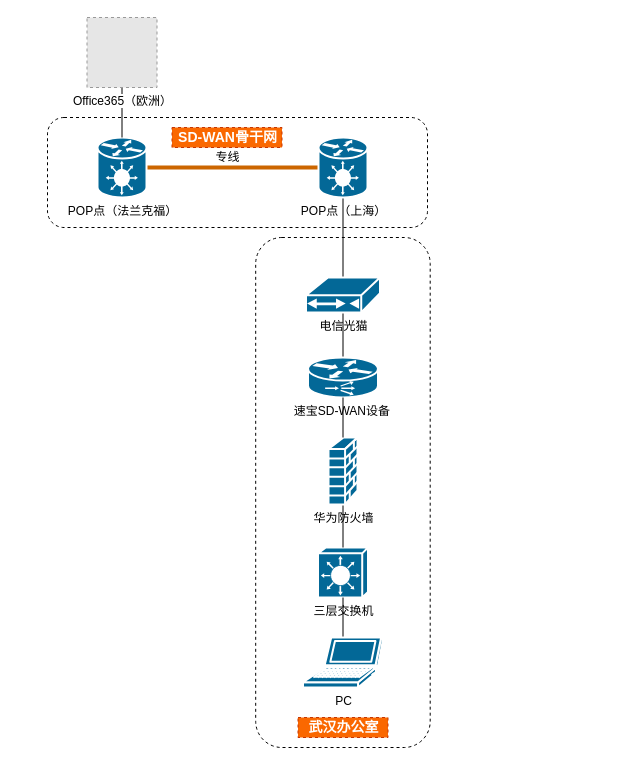
Before: client1_manpower.drawio in sinoco101/2020-cat, a draw.io diagram. Source tidied: cells renumbered, new cells numbered last; positions are measured from the earlier drawing's top-left corner, leaving out a move shared by most shapes. Both pictures are drawn from the tidied source at 100%, with x=0, y=0 at pixel (47, 17). Pictures stored in the file or linked from it are replaced by grey dashed boxes.
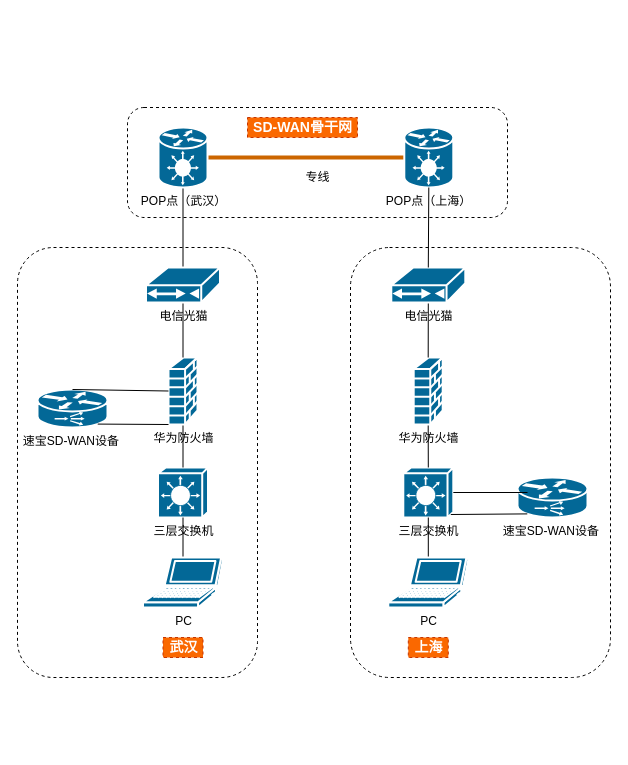
After the change.

Diff of the diagram source:
```diff
@@
     <mxCell id="2" style="rounded=1;whiteSpace=wrap;html=1;dashed=1;" parent="1" vertex="1">
-      <mxGeometry y="100" width="380" height="110" as="geometry" />
+      <mxGeometry x="80" y="90" width="380" height="110" as="geometry" />
     </mxCell>
     <mxCell id="3" style="rounded=1;whiteSpace=wrap;html=1;dashed=1;" parent="1" vertex="1">
-      <mxGeometry x="208.2" y="220" width="174.5" height="510" as="geometry" />
+      <mxGeometry x="-30" y="230" width="240" height="430" as="geometry" />
     </mxCell>
     <mxCell id="4" value="三层交换机" style="shape=mxgraph.cisco.switches.layer_3_switch;html=1;dashed=0;fillColor=#036897;strokeColor=#ffffff;strokeWidth=2;verticalLabelPosition=bottom;verticalAlign=top;align=center;outlineConnect=0;" parent="1" vertex="1">
-      <mxGeometry x="270.5" y="530" width="50" height="50" as="geometry" />
+      <mxGeometry x="110.5" y="450" width="50" height="50" as="geometry" />
     </mxCell>
@@
     <mxCell id="6" value="华为防火墙" style="shape=mxgraph.cisco.security.firewall;html=1;dashed=0;fillColor=#036897;strokeColor=#ffffff;strokeWidth=2;verticalLabelPosition=bottom;verticalAlign=top;align=center;outlineConnect=0;" parent="1" vertex="1">
-      <mxGeometry x="281" y="420" width="29" height="67" as="geometry" />
+      <mxGeometry x="121" y="340" width="29" height="67" as="geometry" />
     </mxCell>
-    <mxCell id="7" style="edgeStyle=none;rounded=1;jettySize=auto;html=1;exitX=0.5;exitY=0;exitDx=0;exitDy=0;exitPerimeter=0;entryX=0.5;entryY=1;entryDx=0;entryDy=0;entryPerimeter=0;startArrow=none;startFill=0;endArrow=none;endFill=0;" parent="1" edge="1" source="8" target="11">
+    <mxCell id="7" style="edgeStyle=none;rounded=1;jettySize=auto;html=1;exitX=0.5;exitY=0;exitDx=0;exitDy=0;exitPerimeter=0;entryX=0.5;entryY=1;entryDx=0;entryDy=0;entryPerimeter=0;startArrow=none;startFill=0;endArrow=none;endFill=0;" parent="1" edge="1" source="6" target="11">
       <mxGeometry relative="1" as="geometry" />
     </mxCell>
     <mxCell id="8" value="速宝SD-WAN设备&amp;nbsp;" style="shape=mxgraph.cisco.routers.content_service_router;html=1;dashed=0;fillColor=#036897;strokeColor=#ffffff;strokeWidth=2;verticalLabelPosition=bottom;verticalAlign=top;align=center;outlineConnect=0;" parent="1" vertex="1">
-      <mxGeometry x="260.5" y="340" width="70" height="40" as="geometry" />
+      <mxGeometry x="-10" y="372" width="70" height="38" as="geometry" />
     </mxCell>
-    <mxCell id="9" style="rounded=1;jettySize=auto;html=1;exitX=0.5;exitY=0;exitDx=0;exitDy=0;exitPerimeter=0;endArrow=none;endFill=0;startArrow=none;startFill=0;" parent="1" edge="1" source="6" target="8">
+    <mxCell id="9" style="rounded=1;jettySize=auto;html=1;exitX=0;exitY=0.5;exitDx=0;exitDy=0;exitPerimeter=0;endArrow=none;endFill=0;startArrow=none;startFill=0;entryX=0.5;entryY=0;entryDx=0;entryDy=0;entryPerimeter=0;" parent="1" edge="1" source="6" target="8">
       <mxGeometry relative="1" as="geometry" />
     </mxCell>
@@
     <mxCell id="11" value="电信光猫" style="shape=mxgraph.cisco.modems_and_phones.cable_modem;html=1;dashed=0;fillColor=#036897;strokeColor=#ffffff;strokeWidth=2;verticalLabelPosition=bottom;verticalAlign=top;align=center;outlineConnect=0;" parent="1" vertex="1">
-      <mxGeometry x="258.5" y="260" width="74" height="35" as="geometry" />
+      <mxGeometry x="98.5" y="250" width="74" height="35" as="geometry" />
     </mxCell>
@@
     <mxCell id="13" value="PC" style="shape=mxgraph.cisco.computers_and_peripherals.laptop;html=1;dashed=0;fillColor=#036897;strokeColor=#ffffff;strokeWidth=2;verticalLabelPosition=bottom;verticalAlign=top;align=center;outlineConnect=0;" parent="1" vertex="1">
-      <mxGeometry x="255.5" y="620" width="80" height="50" as="geometry" />
+      <mxGeometry x="95.5" y="540" width="80" height="50" as="geometry" />
     </mxCell>
-    <mxCell id="14" style="edgeStyle=none;jettySize=auto;html=1;entryX=1;entryY=0.5;entryDx=0;entryDy=0;entryPerimeter=0;startArrow=none;startFill=0;endArrow=none;endFill=0;rounded=1;strokeColor=#CC6600;strokeWidth=4;" parent="1" edge="1" source="15" target="17">
+    <mxCell id="14" style="edgeStyle=none;jettySize=auto;html=1;entryX=0;entryY=0.5;entryDx=0;entryDy=0;entryPerimeter=0;startArrow=none;startFill=0;endArrow=none;endFill=0;rounded=1;strokeColor=#CC6600;strokeWidth=4;" parent="1" edge="1" source="15" target="17">
       <mxGeometry relative="1" as="geometry" />
     </mxCell>
-    <mxCell id="15" value="POP点（上海）" style="shape=mxgraph.cisco.hubs_and_gateways.generic_gateway;html=1;dashed=0;fillColor=#036897;strokeColor=#ffffff;strokeWidth=2;verticalLabelPosition=bottom;verticalAlign=top;align=center;outlineConnect=0;" parent="1" vertex="1">
-      <mxGeometry x="271" y="120" width="49" height="60" as="geometry" />
+    <mxCell id="15" value="POP点（武汉）" style="shape=mxgraph.cisco.hubs_and_gateways.generic_gateway;html=1;dashed=0;fillColor=#036897;strokeColor=#ffffff;strokeWidth=2;verticalLabelPosition=bottom;verticalAlign=top;align=center;outlineConnect=0;" parent="1" vertex="1">
+      <mxGeometry x="111" y="110" width="49" height="60" as="geometry" />
     </mxCell>
@@
-    <mxCell id="17" value="POP点（法兰克福）" style="shape=mxgraph.cisco.hubs_and_gateways.generic_gateway;html=1;dashed=0;fillColor=#036897;strokeColor=#ffffff;strokeWidth=2;verticalLabelPosition=bottom;verticalAlign=top;align=center;outlineConnect=0;" parent="1" vertex="1">
-      <mxGeometry x="50" y="120" width="49" height="60" as="geometry" />
+    <mxCell id="17" value="POP点（上海）" style="shape=mxgraph.cisco.hubs_and_gateways.generic_gateway;html=1;dashed=0;fillColor=#036897;strokeColor=#ffffff;strokeWidth=2;verticalLabelPosition=bottom;verticalAlign=top;align=center;outlineConnect=0;" parent="1" vertex="1">
+      <mxGeometry x="356.8" y="110" width="49" height="60" as="geometry" />
     </mxCell>
     <mxCell id="18" value="专线" style="text;html=1;align=center;verticalAlign=middle;" parent="1" vertex="1">
-      <mxGeometry x="160" y="130" width="40" height="20" as="geometry" />
+      <mxGeometry x="250" y="150" width="40" height="20" as="geometry" />
     </mxCell>
-    <mxCell id="19" value="&lt;span style=&quot;font-size: 14px&quot;&gt;武汉办公室&lt;/span&gt;" style="text;html=1;align=center;verticalAlign=middle;fillColor=#fa6800;strokeColor=#C73500;rounded=0;dashed=1;fontColor=#ffffff;fontStyle=1;" parent="1" vertex="1">
-      <mxGeometry x="250.5" y="700" width="90" height="20" as="geometry" />
+    <mxCell id="19" value="&lt;span style=&quot;font-size: 14px&quot;&gt;武汉&lt;/span&gt;" style="text;html=1;align=center;verticalAlign=middle;fillColor=#fa6800;strokeColor=#C73500;rounded=0;dashed=1;fontColor=#ffffff;fontStyle=1;" parent="1" vertex="1">
+      <mxGeometry x="115.5" y="620" width="40" height="20" as="geometry" />
     </mxCell>
-    <mxCell id="20" style="edgeStyle=none;rounded=1;jettySize=auto;html=1;exitX=0.5;exitY=1;exitDx=0;exitDy=0;entryX=0.5;entryY=0;entryDx=0;entryDy=0;entryPerimeter=0;startArrow=none;startFill=0;endArrow=none;endFill=0;strokeColor=#000000;strokeWidth=1;" parent="1" edge="1" source="21" target="17">
-      <mxGeometry relative="1" as="geometry" />
-    </mxCell>
-    <mxCell id="21" value="Office365（欧洲）" style="fillColor=#E6E6E6;strokeColor=#999999;dashed=1;html=1;verticalAlign=top;verticalLabelPosition=bottom;labelBackgroundColor=#ffffff;" parent="1" vertex="1">
-      <mxGeometry x="39.5" width="70" height="70" as="geometry" />
-    </mxCell>
     <mxCell id="22" value="&lt;font style=&quot;font-size: 14px&quot;&gt;SD-WAN骨干网&lt;/font&gt;" style="text;html=1;align=center;verticalAlign=middle;fillColor=#fa6800;strokeColor=#C73500;rounded=0;dashed=1;fontColor=#ffffff;fontStyle=1;" parent="1" vertex="1">
-      <mxGeometry x="124.5" y="110" width="110" height="20" as="geometry" />
+      <mxGeometry x="200" y="100" width="110" height="20" as="geometry" />
     </mxCell>
+    <mxCell id="23" style="rounded=1;jettySize=auto;html=1;exitX=0;exitY=1;exitDx=0;exitDy=0;exitPerimeter=0;endArrow=none;endFill=0;startArrow=none;startFill=0;entryX=0.86;entryY=0.91;entryDx=0;entryDy=0;entryPerimeter=0;" parent="1" edge="1" source="6" target="8">
+      <mxGeometry relative="1" as="geometry" />
+    </mxCell>
+    <mxCell id="24" style="rounded=1;whiteSpace=wrap;html=1;dashed=1;" parent="1" vertex="1">
+      <mxGeometry x="303" y="230" width="260" height="430" as="geometry" />
+    </mxCell>
+    <mxCell id="25" value="三层交换机" style="shape=mxgraph.cisco.switches.layer_3_switch;html=1;dashed=0;fillColor=#036897;strokeColor=#ffffff;strokeWidth=2;verticalLabelPosition=bottom;verticalAlign=top;align=center;outlineConnect=0;" parent="1" vertex="1">
+      <mxGeometry x="355.8" y="450" width="50" height="50" as="geometry" />
+    </mxCell>
+    <mxCell id="26" style="rounded=1;jettySize=auto;html=1;exitX=0.5;exitY=1;exitDx=0;exitDy=0;exitPerimeter=0;entryX=0.5;entryY=0;entryDx=0;entryDy=0;entryPerimeter=0;endArrow=none;endFill=0;startArrow=none;startFill=0;" parent="1" edge="1" source="27" target="25">
+      <mxGeometry relative="1" as="geometry" />
+    </mxCell>
+    <mxCell id="27" value="华为防火墙" style="shape=mxgraph.cisco.security.firewall;html=1;dashed=0;fillColor=#036897;strokeColor=#ffffff;strokeWidth=2;verticalLabelPosition=bottom;verticalAlign=top;align=center;outlineConnect=0;" parent="1" vertex="1">
+      <mxGeometry x="366.2" y="340" width="29" height="67" as="geometry" />
+    </mxCell>
+    <mxCell id="28" style="edgeStyle=none;rounded=1;jettySize=auto;html=1;exitX=0.5;exitY=0;exitDx=0;exitDy=0;exitPerimeter=0;entryX=0.5;entryY=1;entryDx=0;entryDy=0;entryPerimeter=0;startArrow=none;startFill=0;endArrow=none;endFill=0;" parent="1" edge="1" source="27" target="31">
+      <mxGeometry relative="1" as="geometry" />
+    </mxCell>
+    <mxCell id="29" value="速宝SD-WAN设备&amp;nbsp;" style="shape=mxgraph.cisco.routers.content_service_router;html=1;dashed=0;fillColor=#036897;strokeColor=#ffffff;strokeWidth=2;verticalLabelPosition=bottom;verticalAlign=top;align=center;outlineConnect=0;" parent="1" vertex="1">
+      <mxGeometry x="470" y="460" width="70" height="40" as="geometry" />
+    </mxCell>
+    <mxCell id="30" style="rounded=1;jettySize=auto;html=1;endArrow=none;endFill=0;startArrow=none;startFill=0;exitX=1;exitY=0.5;exitDx=0;exitDy=0;exitPerimeter=0;" parent="1" edge="1" source="25">
+      <mxGeometry relative="1" as="geometry">
+        <mxPoint x="480" y="475" as="targetPoint" />
+      </mxGeometry>
+    </mxCell>
+    <mxCell id="31" value="电信光猫" style="shape=mxgraph.cisco.modems_and_phones.cable_modem;html=1;dashed=0;fillColor=#036897;strokeColor=#ffffff;strokeWidth=2;verticalLabelPosition=bottom;verticalAlign=top;align=center;outlineConnect=0;" parent="1" vertex="1">
+      <mxGeometry x="343.8" y="250" width="74" height="35" as="geometry" />
+    </mxCell>
+    <mxCell id="32" style="edgeStyle=none;rounded=1;jettySize=auto;html=1;entryX=0.5;entryY=1;entryDx=0;entryDy=0;entryPerimeter=0;startArrow=none;startFill=0;endArrow=none;endFill=0;" parent="1" edge="1" source="33" target="25">
+      <mxGeometry relative="1" as="geometry" />
+    </mxCell>
+    <mxCell id="33" value="PC" style="shape=mxgraph.cisco.computers_and_peripherals.laptop;html=1;dashed=0;fillColor=#036897;strokeColor=#ffffff;strokeWidth=2;verticalLabelPosition=bottom;verticalAlign=top;align=center;outlineConnect=0;" parent="1" vertex="1">
+      <mxGeometry x="340.8" y="540" width="80" height="50" as="geometry" />
+    </mxCell>
+    <mxCell id="34" style="edgeStyle=none;rounded=1;orthogonalLoop=1;jettySize=auto;html=1;exitX=0.5;exitY=0;exitDx=0;exitDy=0;startArrow=none;startFill=0;endArrow=none;endFill=0;" parent="1" edge="1">
+      <mxGeometry relative="1" as="geometry">
+        <mxPoint x="435.2" y="230" as="sourcePoint" />
+        <mxPoint x="435.2" y="230" as="targetPoint" />
+      </mxGeometry>
+    </mxCell>
+    <mxCell id="35" value="&lt;span style=&quot;font-size: 14px&quot;&gt;上海&lt;/span&gt;" style="text;html=1;align=center;verticalAlign=middle;fillColor=#fa6800;strokeColor=#C73500;rounded=0;dashed=1;fontColor=#ffffff;fontStyle=1;" parent="1" vertex="1">
+      <mxGeometry x="360.8" y="620" width="40" height="20" as="geometry" />
+    </mxCell>
+    <mxCell id="36" style="rounded=1;jettySize=auto;html=1;endArrow=none;endFill=0;startArrow=none;startFill=0;entryX=0.14;entryY=0.91;entryDx=0;entryDy=0;entryPerimeter=0;exitX=0.95;exitY=0.94;exitDx=0;exitDy=0;exitPerimeter=0;" parent="1" edge="1" source="25" target="29">
+      <mxGeometry relative="1" as="geometry" />
+    </mxCell>
+    <mxCell id="37" style="edgeStyle=none;rounded=1;jettySize=auto;html=1;exitX=0.5;exitY=0;exitDx=0;exitDy=0;exitPerimeter=0;entryX=0.5;entryY=1;entryDx=0;entryDy=0;entryPerimeter=0;startArrow=none;startFill=0;endArrow=none;endFill=0;" parent="1" edge="1" source="31" target="17">
+      <mxGeometry relative="1" as="geometry" />
+    </mxCell>
```
